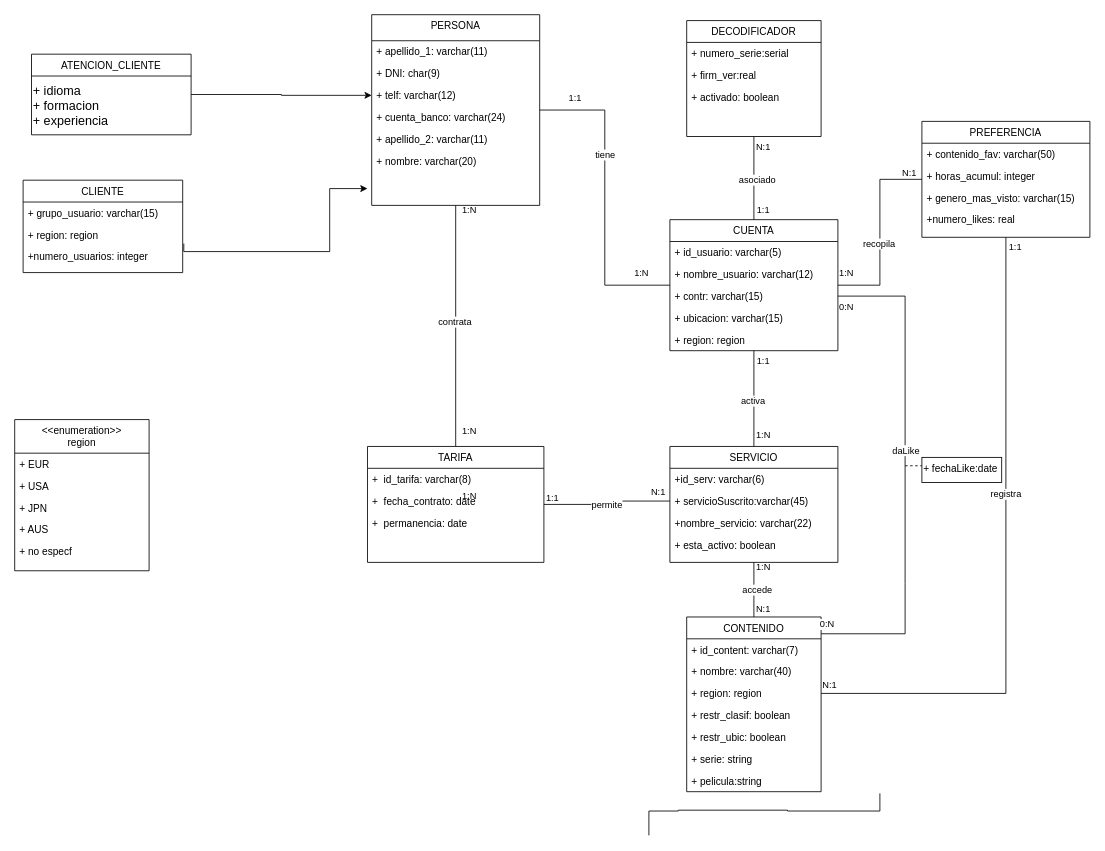
NyanCat6886/BasesDeDatosETSITGC keeps this draw.io diagram as PROYECTO1.drawio. Above is the earlier version. Source tidied: cells renumbered, new cells numbered last; positions are measured from the earlier drawing's top-left corner, leaving out a move shared by most shapes. Both pictures are drawn from the tidied source at 84%, with x=0, y=0 at pixel (14, 14).
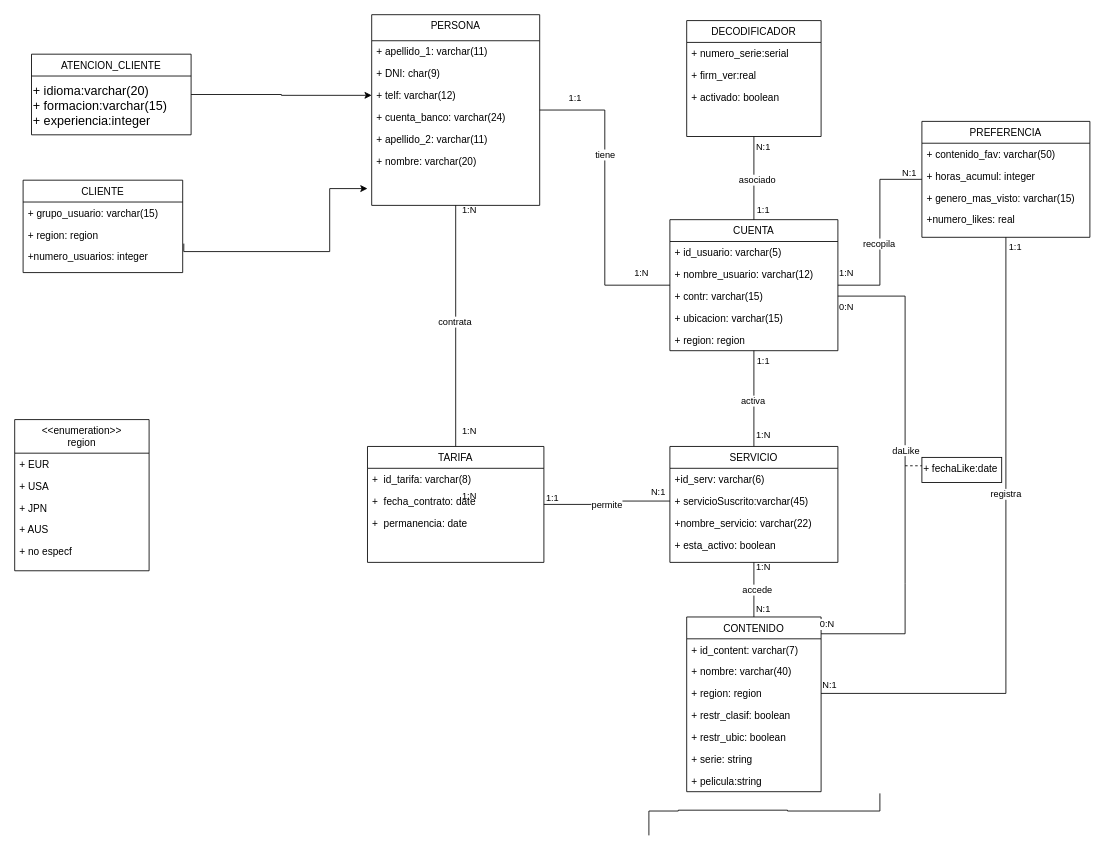
After the change.

Commit message:
Actualizar PROYECTO1.drawio definitivo yupiii

Unchanged cells that the change refers to:
```xml
<mxCell id="93" value="ATENCION_CLIENTE" style="swimlane;fontStyle=0;align=center;verticalAlign=top;horizontal=1;startSize=26;rounded=0;shadow=0;strokeWidth=1;" parent="1" vertex="1">
  <mxGeometry x="20" y="47" width="190" height="96" as="geometry" />
</mxCell>
```

What changed in the source:
```diff
@@
-    <mxCell id="94" value="&lt;div style=&quot;font-size: 15px;&quot;&gt;&lt;font style=&quot;font-size: 15px;&quot;&gt;+ idioma&lt;/font&gt;&lt;/div&gt;&lt;div style=&quot;font-size: 15px;&quot;&gt;&lt;font style=&quot;font-size: 15px;&quot;&gt;+ formacion&lt;/font&gt;&lt;/div&gt;&lt;div style=&quot;font-size: 15px;&quot;&gt;&lt;font style=&quot;font-size: 15px;&quot;&gt;&lt;font style=&quot;font-size: 15px;&quot;&gt;+ experiencia&lt;/font&gt;&lt;font style=&quot;font-size: 15px;&quot;&gt;&lt;br&gt;&lt;/font&gt;&lt;/font&gt;&lt;/div&gt;" style="text;html=1;align=left;verticalAlign=middle;strokeColor=none;fillColor=none;" parent="93" vertex="1">
+    <mxCell id="94" value="&lt;div style=&quot;font-size: 15px;&quot;&gt;&lt;font style=&quot;font-size: 15px;&quot;&gt;+ idioma:varchar(20)&lt;/font&gt;&lt;/div&gt;&lt;div style=&quot;font-size: 15px;&quot;&gt;&lt;font style=&quot;font-size: 15px;&quot;&gt;+ formacion:varchar(15)&lt;/font&gt;&lt;/div&gt;&lt;div style=&quot;font-size: 15px;&quot;&gt;&lt;font style=&quot;font-size: 15px;&quot;&gt;&lt;font style=&quot;font-size: 15px;&quot;&gt;+ experiencia&lt;/font&gt;&lt;font style=&quot;font-size: 15px;&quot;&gt;:integer&lt;br&gt;&lt;/font&gt;&lt;/font&gt;&lt;/div&gt;" style="text;html=1;align=left;verticalAlign=middle;strokeColor=none;fillColor=none;" parent="93" vertex="1">
       <mxGeometry y="26" width="190" height="70" as="geometry" />
     </mxCell>
```
